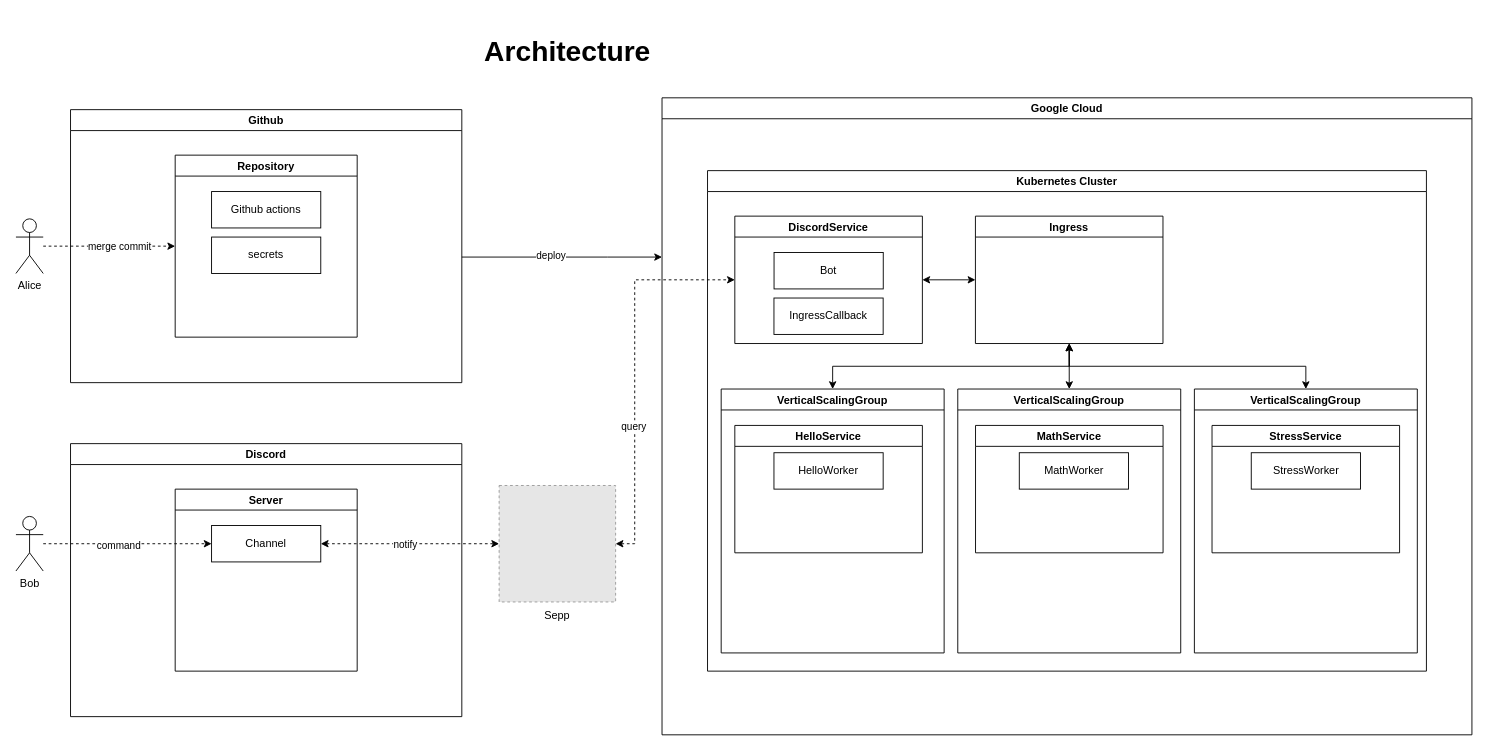
Tigxy/cloud-computing keeps this draw.io diagram as architecture.drawio. Above is the earlier version. Source tidied: cells renumbered, new cells numbered last; positions are measured from the earlier drawing's top-left corner, leaving out a move shared by most shapes. Both pictures are drawn from the tidied source at 91%, with x=0, y=0 at pixel (15, 25). Pictures stored in the file or linked from it are replaced by grey dashed boxes.
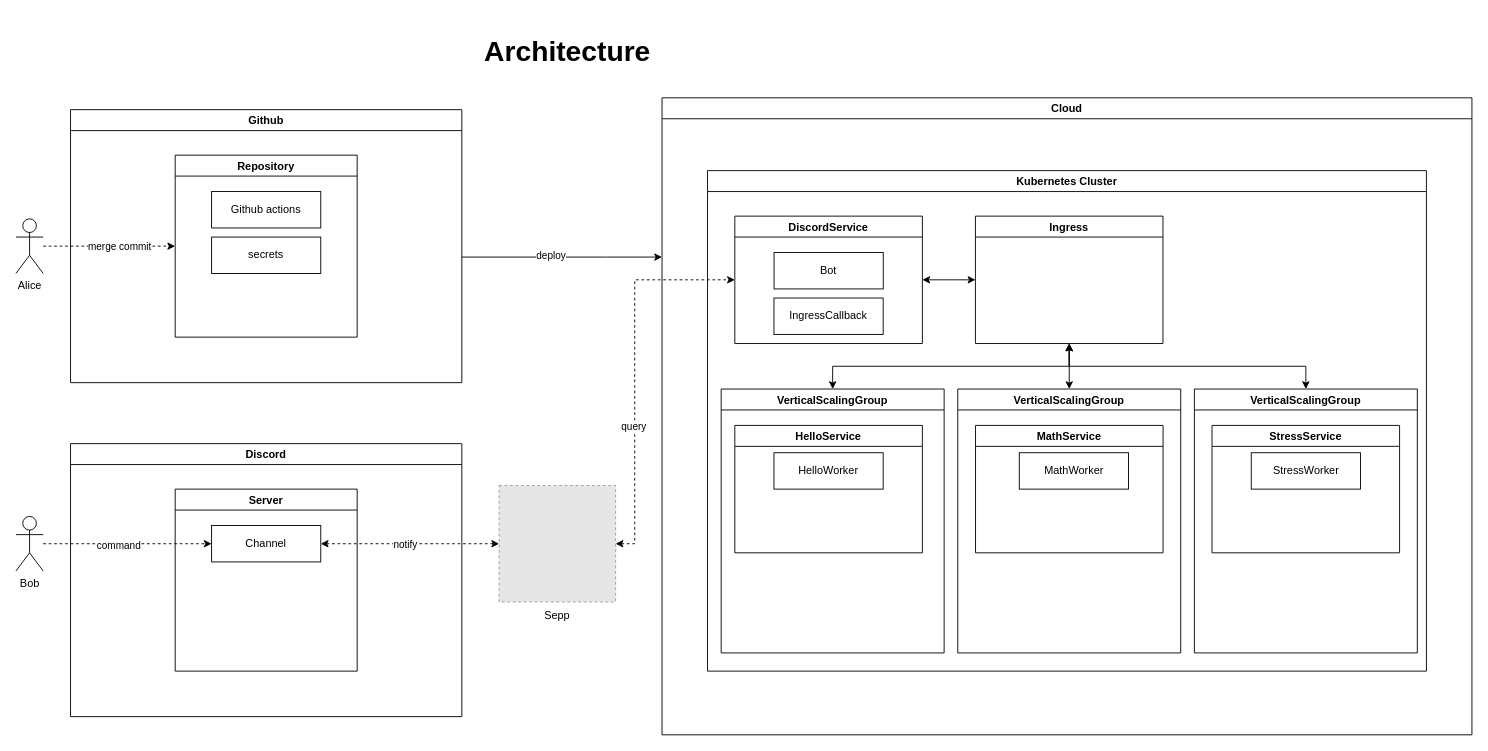
After the change.

Commit message (it also covers changes not shown here):
add sepp to diagram

The edit, as a diff of the source:
```diff
@@
-    <mxCell id="2" value="Google Cloud" style="swimlane;" parent="1" vertex="1">
+    <mxCell id="2" value="Cloud" style="swimlane;" parent="1" vertex="1">
       <mxGeometry x="710" y="80" width="890" height="700" as="geometry" />
     </mxCell>
```
